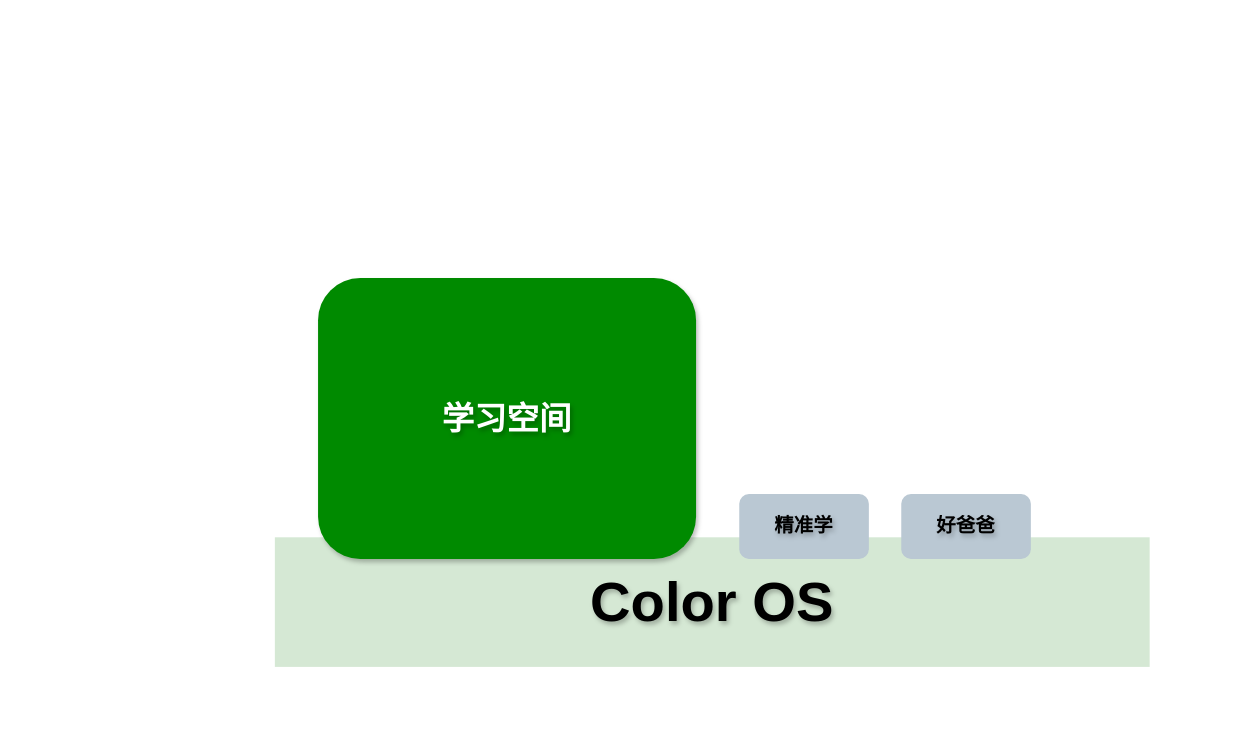
Before: page "学习空间-一期全能力拓扑图" (2 of 23) of Study Center.drawio in karlchan-cn/drawio-repository, a draw.io diagram. Source tidied: cells renumbered, new cells numbered last; positions are measured from the earlier drawing's top-left corner, leaving out a move shared by most shapes. Both pictures are drawn from the tidied source at 108%, with x=0, y=0 at pixel (274, 278).
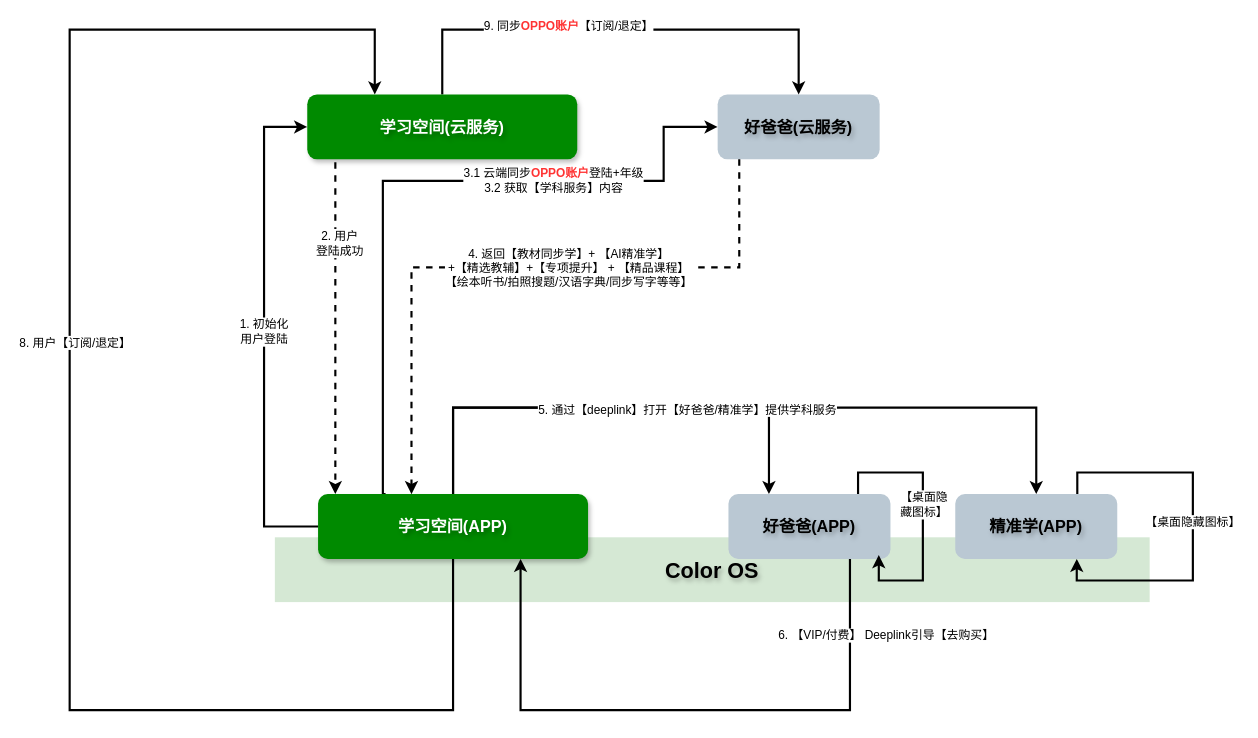
Above is the later version.

Diff of the diagram source:
```diff
@@
-    <mxCell id="2" value="&lt;font style=&quot;font-size: 52px;&quot;&gt;Color OS&lt;/font&gt;" style="rounded=0;whiteSpace=wrap;html=1;fillColor=#d5e8d4;strokeColor=none;fontStyle=1;textShadow=1;" parent="1" vertex="1">
-      <mxGeometry y="240" width="810" height="120" as="geometry" />
+    <mxCell id="2" value="&lt;font&gt;Color OS&lt;/font&gt;" style="rounded=0;whiteSpace=wrap;html=1;fillColor=#d5e8d4;strokeColor=none;fontStyle=1;textShadow=1;fontSize=20;" parent="1" vertex="1">
+      <mxGeometry y="240" width="810" height="60" as="geometry" />
     </mxCell>
+    <mxCell id="6" style="edgeStyle=orthogonalEdgeStyle;rounded=0;jettySize=auto;html=1;entryX=0;entryY=0.5;entryDx=0;entryDy=0;exitX=0.25;exitY=0;exitDx=0;exitDy=0;strokeWidth=2;" parent="1" edge="1" source="3" target="15">
+      <mxGeometry relative="1" as="geometry">
+        <Array as="points">
+          <mxPoint x="100" y="200" />
+          <mxPoint x="100" y="-90" />
+          <mxPoint x="360" y="-90" />
+          <mxPoint x="360" y="-140" />
+        </Array>
+      </mxGeometry>
+    </mxCell>
+    <mxCell id="7" value="3.1 云端同步&lt;b&gt;&lt;font style=&quot;color: rgb(255, 51, 51);&quot;&gt;OPPO账户&lt;/font&gt;&lt;/b&gt;登陆+年级&lt;br&gt;3.2 获取【学科服务】内容" style="edgeLabel;html=1;align=center;verticalAlign=middle;" parent="6" vertex="1">
+      <mxGeometry x="0.38" y="1" relative="1" as="geometry" />
+    </mxCell>
+    <mxCell id="8" style="edgeStyle=orthogonalEdgeStyle;rounded=0;jettySize=auto;html=1;entryX=0.25;entryY=0;entryDx=0;entryDy=0;strokeWidth=2;" parent="1" edge="1" source="3" target="5">
+      <mxGeometry relative="1" as="geometry">
+        <Array as="points">
+          <mxPoint x="165" y="120" />
+          <mxPoint x="458" y="120" />
+        </Array>
+      </mxGeometry>
+    </mxCell>
+    <mxCell id="9" style="edgeStyle=orthogonalEdgeStyle;rounded=0;jettySize=auto;html=1;entryX=0.5;entryY=0;entryDx=0;entryDy=0;strokeWidth=2;" parent="1" edge="1" source="3" target="4">
+      <mxGeometry relative="1" as="geometry">
+        <Array as="points">
+          <mxPoint x="165" y="120" />
+          <mxPoint x="705" y="120" />
+        </Array>
+      </mxGeometry>
+    </mxCell>
+    <mxCell id="10" value="5. 通过【deeplink】打开【好爸爸/精准学】提供学科服务" style="edgeLabel;html=1;align=center;verticalAlign=middle;" parent="9" vertex="1">
+      <mxGeometry x="-0.35" y="-1" relative="1" as="geometry">
+        <mxPoint x="68" as="offset" />
+      </mxGeometry>
+    </mxCell>
+    <mxCell id="11" style="edgeStyle=orthogonalEdgeStyle;rounded=0;jettySize=auto;html=1;entryX=0.25;entryY=0;entryDx=0;entryDy=0;strokeWidth=2;" parent="1" edge="1" source="3" target="20">
+      <mxGeometry relative="1" as="geometry">
+        <Array as="points">
+          <mxPoint x="165" y="400" />
+          <mxPoint x="-190" y="400" />
+          <mxPoint x="-190" y="-230" />
+          <mxPoint x="93" y="-230" />
+        </Array>
+      </mxGeometry>
+    </mxCell>
+    <mxCell id="12" value="8. 用户【订阅/退定】" style="edgeLabel;html=1;align=center;verticalAlign=middle;" parent="11" vertex="1">
+      <mxGeometry x="0.14" y="-4" relative="1" as="geometry" />
+    </mxCell>
-    <mxCell id="3" value="学习空间" style="rounded=1;whiteSpace=wrap;html=1;fillColor=#008a00;fontColor=#ffffff;strokeColor=none;glass=0;shadow=1;fontSize=30;fontStyle=1;textShadow=1;" parent="1" vertex="1">
-      <mxGeometry x="40" width="350" height="260" as="geometry" />
+    <mxCell id="3" value="学习空间(APP)" style="rounded=1;whiteSpace=wrap;html=1;fillColor=#008a00;fontColor=#ffffff;strokeColor=none;glass=0;shadow=1;fontSize=15;fontStyle=1;textShadow=1;" parent="1" vertex="1">
+      <mxGeometry x="40" y="200" width="250" height="60" as="geometry" />
     </mxCell>
-    <mxCell id="4" value="&lt;font style=&quot;font-size: 18px;&quot;&gt;精准学&lt;/font&gt;" style="rounded=1;whiteSpace=wrap;html=1;fillColor=#bac8d3;strokeColor=none;fontStyle=1;textShadow=1;" parent="1" vertex="1">
-      <mxGeometry x="430" y="200" width="120" height="60" as="geometry" />
+    <mxCell id="4" value="&lt;font&gt;精准学(APP)&lt;/font&gt;" style="rounded=1;whiteSpace=wrap;html=1;fillColor=#bac8d3;strokeColor=none;fontStyle=1;textShadow=1;fontSize=15;" parent="1" vertex="1">
+      <mxGeometry x="630" y="200" width="150" height="60" as="geometry" />
     </mxCell>
+    <mxCell id="13" style="edgeStyle=orthogonalEdgeStyle;rounded=0;jettySize=auto;html=1;entryX=0.75;entryY=1;entryDx=0;entryDy=0;strokeWidth=2;exitX=0.75;exitY=1;exitDx=0;exitDy=0;" parent="1" edge="1" source="5" target="3">
+      <mxGeometry relative="1" as="geometry">
+        <Array as="points">
+          <mxPoint x="533" y="400" />
+          <mxPoint x="228" y="400" />
+        </Array>
+      </mxGeometry>
+    </mxCell>
+    <mxCell id="14" value="6. 【VIP/付费】 Deeplink引导【去购买】" style="edgeLabel;html=1;align=center;verticalAlign=middle;" parent="13" vertex="1">
+      <mxGeometry x="0.13" y="5" relative="1" as="geometry">
+        <mxPoint x="224" y="-75" as="offset" />
+      </mxGeometry>
+    </mxCell>
-    <mxCell id="5" value="&lt;font style=&quot;font-size: 18px;&quot;&gt;好爸爸&lt;/font&gt;" style="rounded=1;whiteSpace=wrap;html=1;fillColor=#bac8d3;strokeColor=none;fontStyle=1;textShadow=1;" parent="1" vertex="1">
-      <mxGeometry x="580" y="200" width="120" height="60" as="geometry" />
+    <mxCell id="5" value="&lt;font&gt;好爸爸(APP)&lt;/font&gt;" style="rounded=1;whiteSpace=wrap;html=1;fillColor=#bac8d3;strokeColor=none;fontStyle=1;textShadow=1;fontSize=15;" parent="1" vertex="1">
+      <mxGeometry x="420" y="200" width="150" height="60" as="geometry" />
     </mxCell>
+    <mxCell id="15" value="&lt;font&gt;好爸爸(云服务)&lt;/font&gt;" style="rounded=1;whiteSpace=wrap;html=1;fillColor=#bac8d3;strokeColor=none;fontStyle=1;textShadow=1;fontSize=15;" parent="1" vertex="1">
+      <mxGeometry x="410" y="-170" width="150" height="60" as="geometry" />
+    </mxCell>
+    <mxCell id="16" style="edgeStyle=orthogonalEdgeStyle;rounded=0;jettySize=auto;html=1;strokeWidth=2;dashed=1;exitX=0.102;exitY=1.047;exitDx=0;exitDy=0;exitPerimeter=0;" parent="1" edge="1" source="20">
+      <mxGeometry relative="1" as="geometry">
+        <mxPoint x="56" y="200" as="targetPoint" />
+        <Array as="points">
+          <mxPoint x="56" y="200" />
+        </Array>
+      </mxGeometry>
+    </mxCell>
+    <mxCell id="17" value="2. 用户&lt;br&gt;登陆成功" style="edgeLabel;html=1;align=center;verticalAlign=middle;" parent="16" vertex="1">
+      <mxGeometry x="-0.51" y="3" relative="1" as="geometry" />
+    </mxCell>
+    <mxCell id="18" style="edgeStyle=orthogonalEdgeStyle;rounded=0;jettySize=auto;html=1;entryX=0.5;entryY=0;entryDx=0;entryDy=0;strokeWidth=2;" parent="1" edge="1" source="20" target="15">
+      <mxGeometry relative="1" as="geometry">
+        <Array as="points">
+          <mxPoint x="155" y="-230" />
+          <mxPoint x="485" y="-230" />
+        </Array>
+      </mxGeometry>
+    </mxCell>
+    <mxCell id="19" value="9. 同步&lt;b&gt;&lt;font style=&quot;color: rgb(255, 51, 51);&quot;&gt;OPPO账户&lt;/font&gt;&lt;/b&gt;【订阅/退定】" style="edgeLabel;html=1;align=center;verticalAlign=middle;" parent="18" vertex="1">
+      <mxGeometry x="-0.22" y="4" relative="1" as="geometry" />
+    </mxCell>
+    <mxCell id="20" value="学习空间(云服务)" style="rounded=1;whiteSpace=wrap;html=1;fillColor=#008a00;fontColor=#ffffff;strokeColor=none;glass=0;shadow=1;fontSize=15;fontStyle=1;textShadow=1;" parent="1" vertex="1">
+      <mxGeometry x="30" y="-170" width="250" height="60" as="geometry" />
+    </mxCell>
+    <mxCell id="21" value="1. 初始化&lt;br&gt;用户登陆" style="edgeStyle=orthogonalEdgeStyle;rounded=0;jettySize=auto;html=1;entryX=0;entryY=0.5;entryDx=0;entryDy=0;strokeWidth=2;" parent="1" edge="1" source="3" target="20">
+      <mxGeometry relative="1" as="geometry">
+        <Array as="points">
+          <mxPoint x="-10" y="230" />
+          <mxPoint x="-10" y="-140" />
+        </Array>
+      </mxGeometry>
+    </mxCell>
+    <mxCell id="22" style="edgeStyle=orthogonalEdgeStyle;rounded=0;jettySize=auto;html=1;entryX=0.346;entryY=0.002;entryDx=0;entryDy=0;entryPerimeter=0;strokeWidth=2;dashed=1;" parent="1" edge="1" source="15" target="3">
+      <mxGeometry relative="1" as="geometry">
+        <Array as="points">
+          <mxPoint x="430" y="-10" />
+          <mxPoint x="127" y="-10" />
+        </Array>
+      </mxGeometry>
+    </mxCell>
+    <mxCell id="23" value="4. 返回【教材同步学】+ 【AI精准学】&lt;br&gt;+【精选教辅】+【专项提升】 + 【精品课程】&lt;br&gt;【绘本听书/拍照搜题/汉语字典/同步写字等等】" style="edgeLabel;html=1;align=center;verticalAlign=middle;" parent="22" vertex="1">
+      <mxGeometry x="-0.42" y="-4" relative="1" as="geometry">
+        <mxPoint x="-81" y="4" as="offset" />
+      </mxGeometry>
+    </mxCell>
+    <mxCell id="24" style="edgeStyle=orthogonalEdgeStyle;rounded=0;orthogonalLoop=1;jettySize=auto;html=1;entryX=0.75;entryY=1;entryDx=0;entryDy=0;strokeWidth=2;" parent="1" edge="1" source="4" target="4">
+      <mxGeometry relative="1" as="geometry">
+        <Array as="points">
+          <mxPoint x="743" y="180" />
+          <mxPoint x="850" y="180" />
+          <mxPoint x="850" y="280" />
+          <mxPoint x="743" y="280" />
+        </Array>
+      </mxGeometry>
+    </mxCell>
+    <mxCell id="25" value="【桌面隐藏图标】" style="edgeLabel;html=1;align=center;verticalAlign=middle;" parent="24" vertex="1">
+      <mxGeometry x="-0.03" y="-1" relative="1" as="geometry" />
+    </mxCell>
+    <mxCell id="26" style="edgeStyle=orthogonalEdgeStyle;rounded=0;orthogonalLoop=1;jettySize=auto;html=1;entryX=0.928;entryY=0.941;entryDx=0;entryDy=0;entryPerimeter=0;strokeWidth=2;" parent="1" edge="1" source="5" target="5">
+      <mxGeometry relative="1" as="geometry">
+        <Array as="points">
+          <mxPoint x="540" y="180" />
+          <mxPoint x="600" y="180" />
+          <mxPoint x="600" y="280" />
+          <mxPoint x="559" y="280" />
+        </Array>
+      </mxGeometry>
+    </mxCell>
+    <mxCell id="27" value="【桌面隐&lt;br&gt;藏图标】" style="edgeLabel;html=1;align=center;verticalAlign=middle;" parent="26" vertex="1">
+      <mxGeometry x="-0.11" relative="1" as="geometry" />
+    </mxCell>
```
